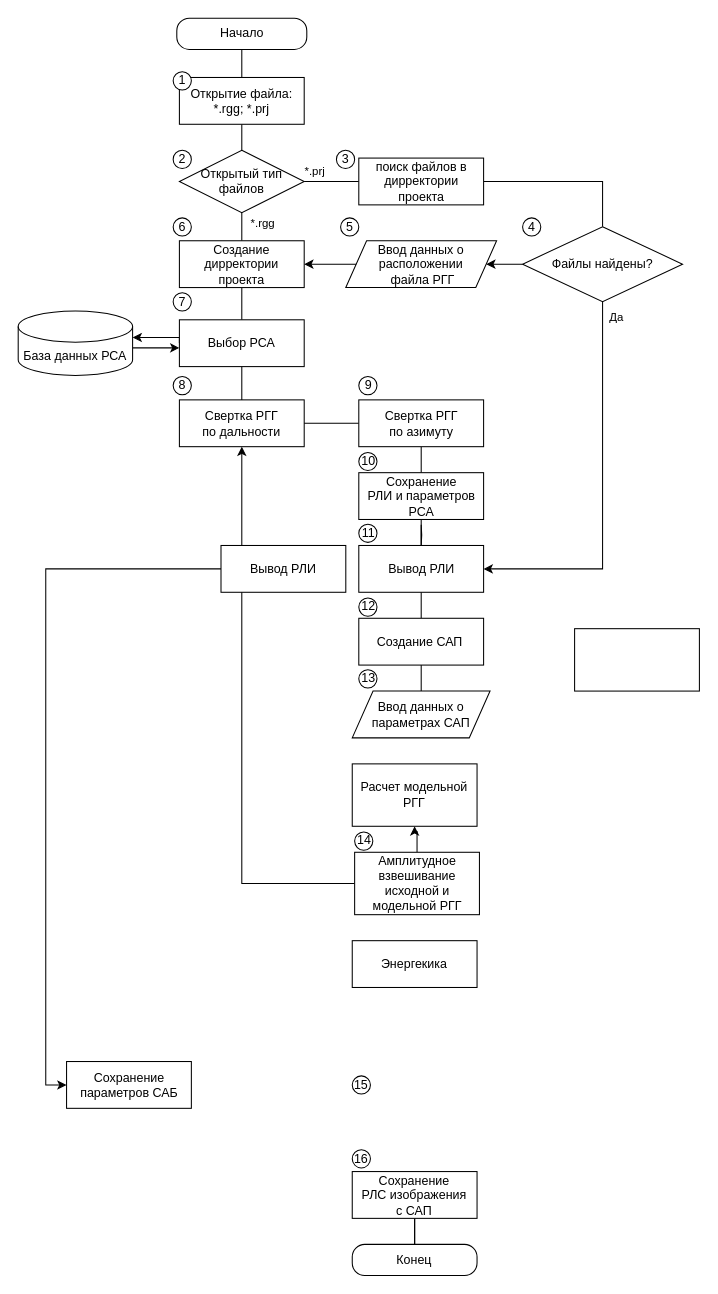
The draw.io diagram page "Страница 4" (4 of 4) of text/Диаграмма без названия.drawio in OlegShir/hologramm, before the edit. Source tidied: cells renumbered, new cells numbered last; positions are measured from the earlier drawing's top-left corner, leaving out a move shared by most shapes. Both pictures are drawn from the tidied source at 104%, with x=0, y=0 at pixel (18, 18).
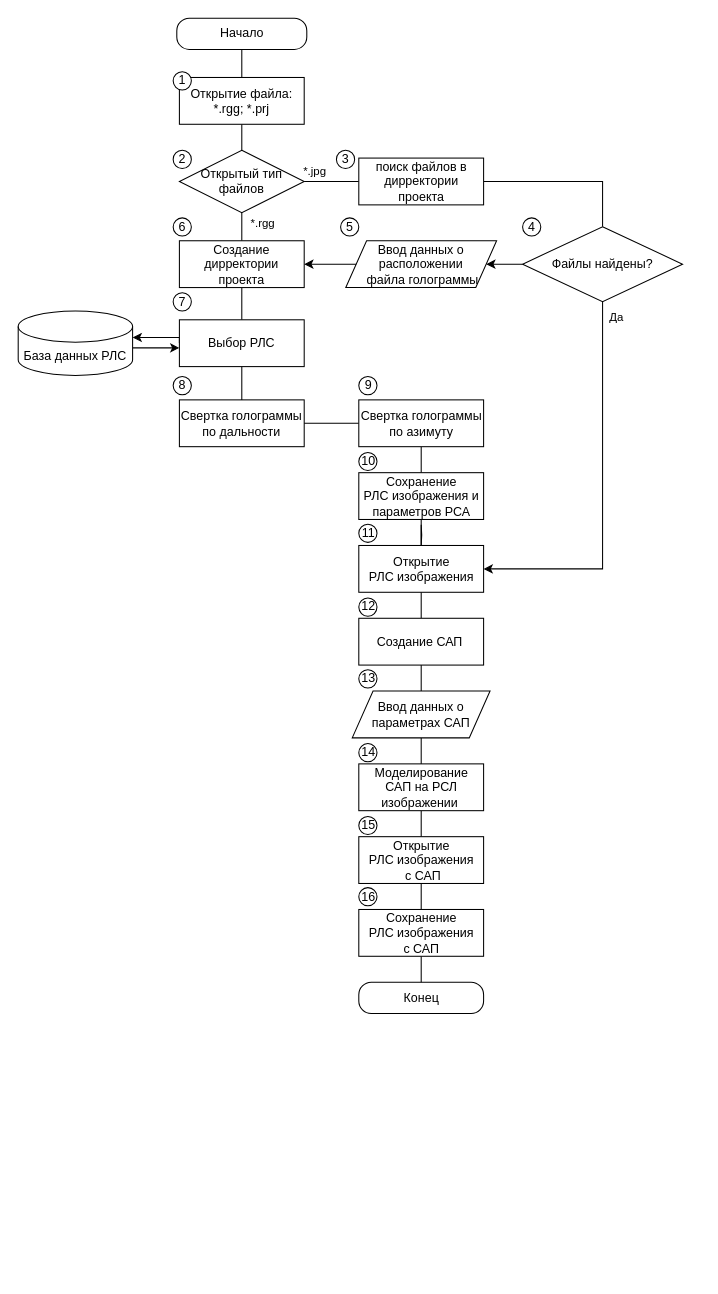
Above is the later version.

The change refers to these unchanged cells:
```xml
<mxCell id="6" value="Открытый тип файлов" style="rhombus;whiteSpace=wrap;html=1;" parent="1" vertex="1">
  <mxGeometry x="155" y="127" width="120" height="60" as="geometry" />
</mxCell>
<mxCell id="8" value="поиск файлов в дирректории проекта" style="rounded=0;whiteSpace=wrap;html=1;direction=west;" parent="1" vertex="1">
  <mxGeometry x="327.5" y="134.5" width="120" height="45" as="geometry" />
</mxCell>
<mxCell id="34" value="Ввод данных о параметрах САП" style="shape=parallelogram;perimeter=parallelogramPerimeter;whiteSpace=wrap;html=1;fixedSize=1;strokeColor=#000000;fillColor=none;" parent="1" vertex="1">
  <mxGeometry x="321.2" y="647" width="132.5" height="45" as="geometry" />
</mxCell>
```

The edit, as a diff of the source:
```diff
@@
-    <mxCell id="4" value="*.prj" style="edgeStyle=orthogonalEdgeStyle;rounded=0;jettySize=auto;html=1;endArrow=none;endFill=0;" parent="1" edge="1" source="6" target="8">
+    <mxCell id="4" value="*.jpg" style="edgeStyle=orthogonalEdgeStyle;rounded=0;jettySize=auto;html=1;endArrow=none;endFill=0;" parent="1" edge="1" source="6" target="8">
       <mxGeometry x="-0.62" y="10" relative="1" as="geometry" />
     </mxCell>
@@
-    <mxCell id="11" value="Свертка РГГ &lt;br&gt;по дальности" style="rounded=0;whiteSpace=wrap;html=1;fillColor=none;strokeColor=#000000;fillStyle=hatch;" parent="1" vertex="1">
+    <mxCell id="11" value="Свертка голограммы по дальности" style="rounded=0;whiteSpace=wrap;html=1;fillColor=none;strokeColor=#000000;fillStyle=hatch;" parent="1" vertex="1">
       <mxGeometry x="155" y="367" width="120" height="45" as="geometry" />
     </mxCell>
@@
-    <mxCell id="14" value="Выбор РСА" style="rounded=0;whiteSpace=wrap;html=1;" parent="1" vertex="1">
+    <mxCell id="14" value="Выбор РЛС" style="rounded=0;whiteSpace=wrap;html=1;" parent="1" vertex="1">
       <mxGeometry x="155" y="290" width="120" height="45" as="geometry" />
     </mxCell>
@@
-    <mxCell id="16" value="Свертка РГГ&lt;br&gt;&amp;nbsp;по азимуту&amp;nbsp;" style="rounded=0;whiteSpace=wrap;html=1;" parent="1" vertex="1">
+    <mxCell id="16" value="Свертка голограммы&lt;br&gt;&amp;nbsp;по азимуту&amp;nbsp;" style="rounded=0;whiteSpace=wrap;html=1;" parent="1" vertex="1">
       <mxGeometry x="327.5" y="367" width="120" height="45" as="geometry" />
     </mxCell>
@@
-    <mxCell id="18" value="База данных РСА" style="shape=cylinder3;whiteSpace=wrap;html=1;boundedLbl=1;backgroundOutline=1;size=15;" parent="1" vertex="1">
+    <mxCell id="18" value="База данных РЛС" style="shape=cylinder3;whiteSpace=wrap;html=1;boundedLbl=1;backgroundOutline=1;size=15;" parent="1" vertex="1">
       <mxGeometry y="281.5" width="110" height="62" as="geometry" />
     </mxCell>
@@
-    <mxCell id="21" value="Сохранение &lt;br&gt;РЛИ и параметров РСА" style="rounded=0;whiteSpace=wrap;html=1;" parent="1" vertex="1">
+    <mxCell id="21" value="Сохранение &lt;br&gt;РЛС изображения и параметров РСА" style="rounded=0;whiteSpace=wrap;html=1;" parent="1" vertex="1">
       <mxGeometry x="327.5" y="437" width="120" height="45" as="geometry" />
     </mxCell>
@@
-    <mxCell id="23" value="Вывод&amp;nbsp;РЛИ" style="rounded=0;whiteSpace=wrap;html=1;" parent="1" vertex="1">
+    <mxCell id="23" value="Открытие &lt;br&gt;РЛС изображения" style="rounded=0;whiteSpace=wrap;html=1;" parent="1" vertex="1">
       <mxGeometry x="327.5" y="507" width="120" height="45" as="geometry" />
     </mxCell>
@@
     <mxCell id="29" value="Конец" style="rounded=1;whiteSpace=wrap;html=1;strokeColor=#000000;fillColor=none;arcSize=40;" parent="1" vertex="1">
-      <mxGeometry x="321.2" y="1179" width="120" height="30" as="geometry" />
+      <mxGeometry x="327.5" y="927" width="120" height="30" as="geometry" />
     </mxCell>
@@
-    <mxCell id="31" value="Ввод данных о расположении&lt;br&gt;&amp;nbsp;файла РГГ" style="shape=parallelogram;perimeter=parallelogramPerimeter;whiteSpace=wrap;html=1;fixedSize=1;strokeColor=#000000;fillColor=none;" parent="1" vertex="1">
+    <mxCell id="31" value="Ввод данных о расположении&lt;br&gt;&amp;nbsp;файла голограммы" style="shape=parallelogram;perimeter=parallelogramPerimeter;whiteSpace=wrap;html=1;fixedSize=1;strokeColor=#000000;fillColor=none;" parent="1" vertex="1">
       <mxGeometry x="315" y="214" width="145" height="45" as="geometry" />
     </mxCell>
@@
+    <mxCell id="63" style="edgeStyle=orthogonalEdgeStyle;rounded=0;jettySize=auto;html=1;endArrow=none;endFill=0;" parent="1" edge="1" source="34" target="37">
+      <mxGeometry relative="1" as="geometry" />
+    </mxCell>
@@
-    <mxCell id="35" style="edgeStyle=orthogonalEdgeStyle;rounded=0;jettySize=auto;html=1;" parent="1" edge="1" source="37" target="59">
-      <mxGeometry relative="1" as="geometry" />
-    </mxCell>
-    <mxCell id="36" style="edgeStyle=orthogonalEdgeStyle;rounded=0;jettySize=auto;html=1;entryX=0.5;entryY=1;entryDx=0;entryDy=0;" parent="1" edge="1" source="37" target="11">
-      <mxGeometry relative="1" as="geometry" />
-    </mxCell>
+    <mxCell id="64" style="edgeStyle=orthogonalEdgeStyle;rounded=0;jettySize=auto;html=1;entryX=0.5;entryY=0;entryDx=0;entryDy=0;endArrow=none;endFill=0;" parent="1" edge="1" source="37" target="40">
+      <mxGeometry relative="1" as="geometry" />
+    </mxCell>
-    <mxCell id="37" value="Амплитудное взвешивание исходной и модельной РГГ" style="rounded=0;whiteSpace=wrap;html=1;" parent="1" vertex="1">
-      <mxGeometry x="323.5" y="802" width="120" height="60" as="geometry" />
+    <mxCell id="37" value="Моделирование&lt;br&gt;САП на РСЛ изображении&amp;nbsp;" style="rounded=0;whiteSpace=wrap;html=1;" parent="1" vertex="1">
+      <mxGeometry x="327.5" y="717" width="120" height="45" as="geometry" />
     </mxCell>
-    <mxCell id="38" style="edgeStyle=orthogonalEdgeStyle;rounded=0;jettySize=auto;html=1;endArrow=none;endFill=0;" parent="1" edge="1" source="29" target="42">
+    <mxCell id="38" style="edgeStyle=orthogonalEdgeStyle;rounded=0;jettySize=auto;html=1;endArrow=none;endFill=0;" parent="1" edge="1" source="40" target="42">
       <mxGeometry relative="1" as="geometry" />
     </mxCell>
-    <mxCell id="39" style="edgeStyle=orthogonalEdgeStyle;rounded=0;jettySize=auto;html=1;entryX=0;entryY=0.5;entryDx=0;entryDy=0;" parent="1" edge="1" source="40" target="60">
-      <mxGeometry relative="1" as="geometry" />
-    </mxCell>
-    <mxCell id="40" value="Вывод РЛИ" style="rounded=0;whiteSpace=wrap;html=1;" parent="1" vertex="1">
-      <mxGeometry x="195" y="507" width="120" height="45" as="geometry" />
+    <mxCell id="40" value="Открытие&lt;br&gt;РЛС изображения&lt;br&gt;&amp;nbsp;с САП" style="rounded=0;whiteSpace=wrap;html=1;" parent="1" vertex="1">
+      <mxGeometry x="327.5" y="787" width="120" height="45" as="geometry" />
     </mxCell>
@@
     <mxCell id="42" value="Сохранение &lt;br&gt;РЛС изображения&lt;br&gt;с САП" style="rounded=0;whiteSpace=wrap;html=1;" parent="1" vertex="1">
-      <mxGeometry x="321.2" y="1109" width="120" height="45" as="geometry" />
+      <mxGeometry x="327.5" y="857" width="120" height="45" as="geometry" />
     </mxCell>
@@
     <mxCell id="56" value="14" style="ellipse;whiteSpace=wrap;html=1;direction=south;fillColor=default;verticalAlign=middle;horizontal=1;labelPosition=center;verticalLabelPosition=middle;align=center;" parent="1" vertex="1">
-      <mxGeometry x="323.5" y="782.5" width="17.5" height="17.5" as="geometry" />
+      <mxGeometry x="327.5" y="697.5" width="17.5" height="17.5" as="geometry" />
     </mxCell>
     <mxCell id="57" value="15" style="ellipse;whiteSpace=wrap;html=1;direction=south;fillColor=default;verticalAlign=middle;horizontal=1;labelPosition=center;verticalLabelPosition=middle;align=center;" parent="1" vertex="1">
-      <mxGeometry x="321.2" y="1017" width="17.5" height="17.5" as="geometry" />
+      <mxGeometry x="327.5" y="767.5" width="17.5" height="17.5" as="geometry" />
     </mxCell>
     <mxCell id="58" value="16" style="ellipse;whiteSpace=wrap;html=1;direction=south;fillColor=default;verticalAlign=middle;horizontal=1;labelPosition=center;verticalLabelPosition=middle;align=center;" parent="1" vertex="1">
-      <mxGeometry x="321.2" y="1088" width="17.5" height="17.5" as="geometry" />
+      <mxGeometry x="327.5" y="836" width="17.5" height="17.5" as="geometry" />
     </mxCell>
-    <mxCell id="59" value="Расчет модельной РГГ" style="whiteSpace=wrap;html=1;rounded=0;" parent="1" vertex="1">
-      <mxGeometry x="321.2" y="717" width="120" height="60" as="geometry" />
-    </mxCell>
-    <mxCell id="60" value="Сохранение параметров САБ" style="rounded=0;whiteSpace=wrap;html=1;" parent="1" vertex="1">
-      <mxGeometry x="46.5" y="1003.2" width="120" height="45" as="geometry" />
-    </mxCell>
-    <mxCell id="61" value="Энергекика" style="rounded=0;whiteSpace=wrap;html=1;" parent="1" vertex="1">
-      <mxGeometry x="321.2" y="887" width="120" height="45" as="geometry" />
-    </mxCell>
-    <mxCell id="62" style="rounded=0;whiteSpace=wrap;html=1;" parent="1" vertex="1">
-      <mxGeometry x="535" y="587" width="120" height="60" as="geometry" />
-    </mxCell>
```
